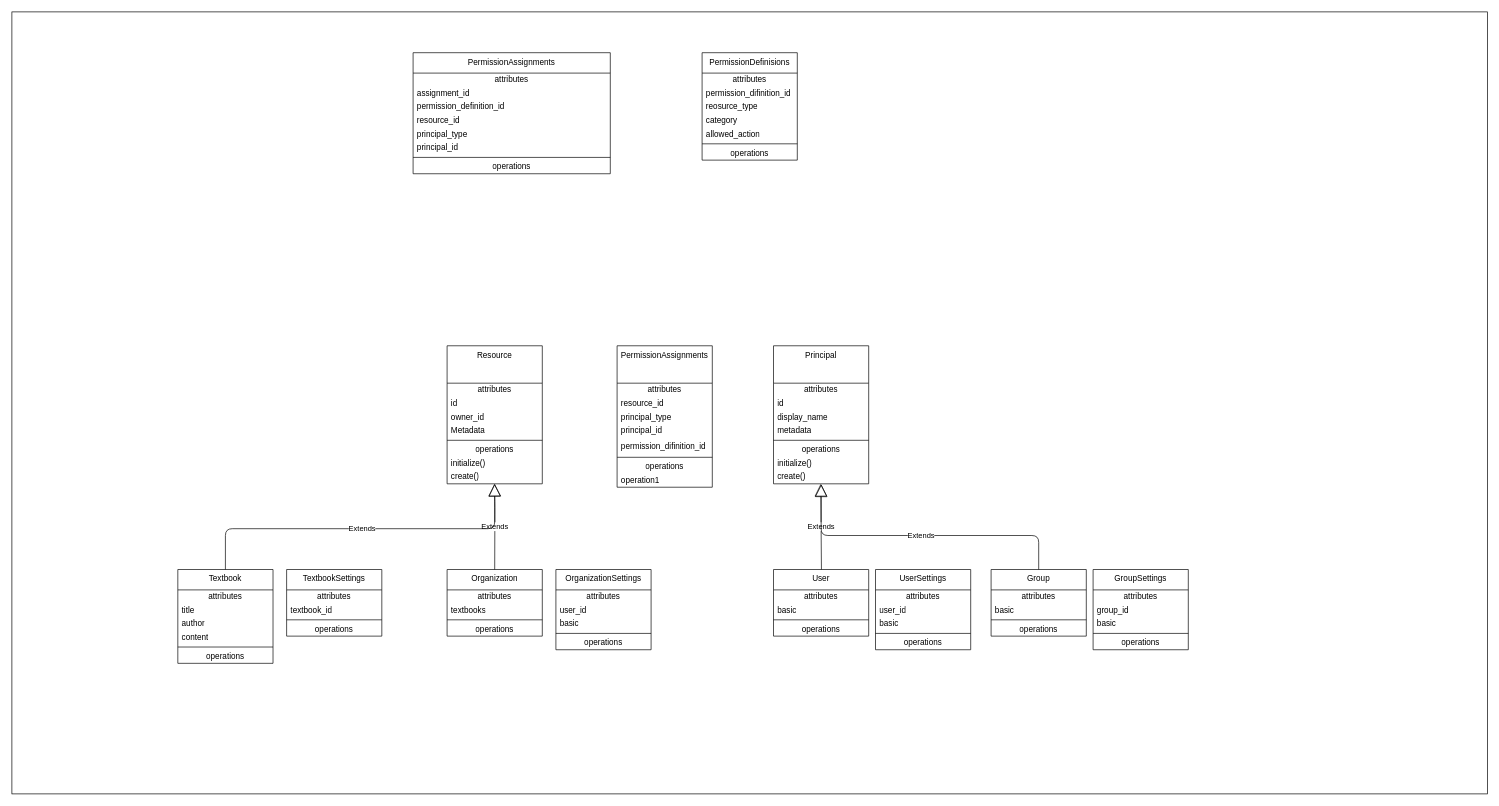
This is zakkuri.drawio from yuta15/StudyAppApi, a draw.io file, before an edit. Source tidied: cells renumbered, new cells numbered last; positions are measured from the earlier drawing's top-left corner, leaving out a move shared by most shapes. Both pictures are drawn from the tidied source at 68%, with x=0, y=0 at pixel (12, 12).
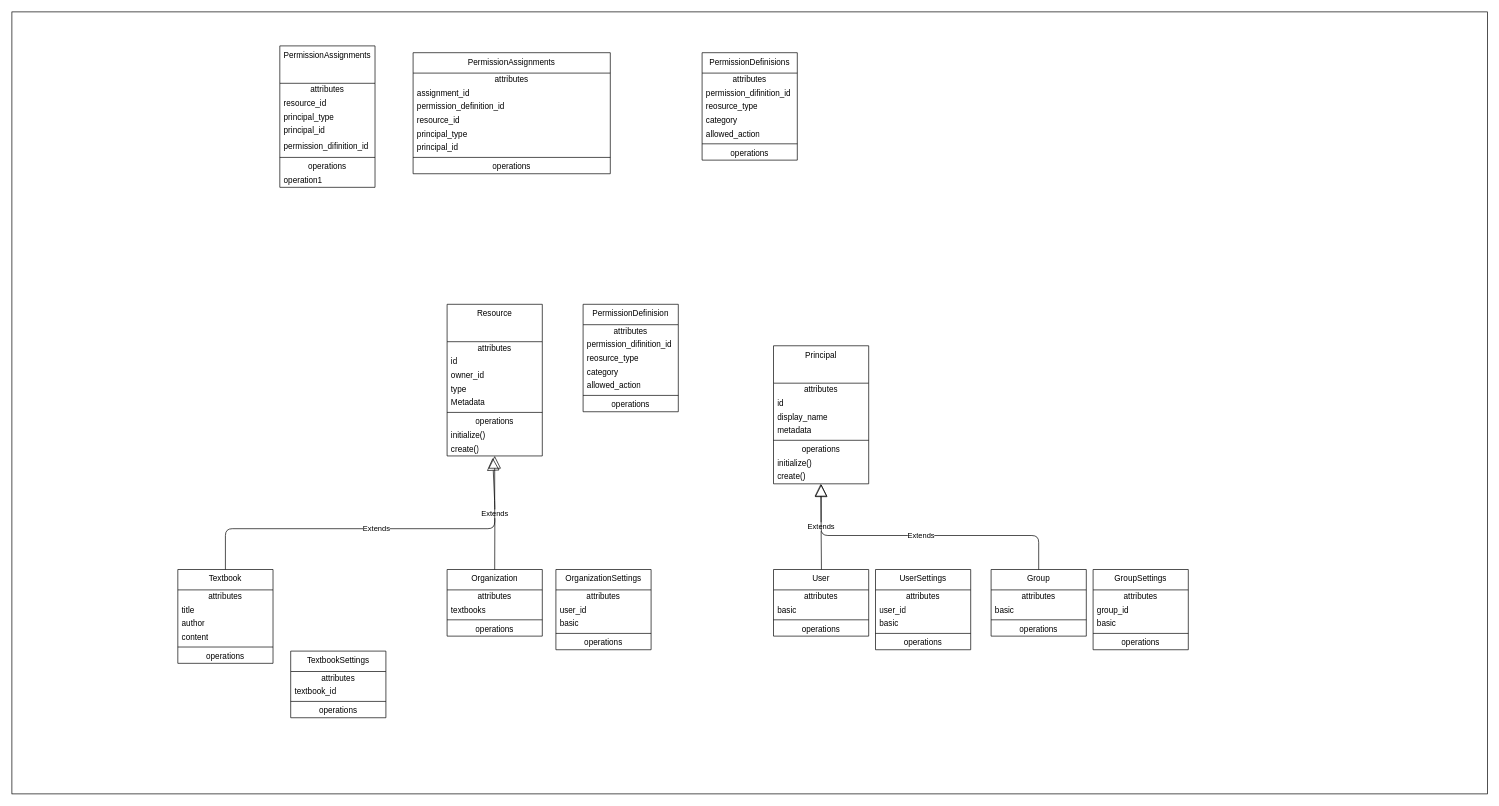
The same page after the edit.

The change refers to these unchanged cells:
```xml
<mxCell id="59" value="Organization" style="swimlane;fontStyle=0;align=center;verticalAlign=top;horizontal=1;startSize=30;html=1;whiteSpace=wrap;" parent="1" vertex="1">
  <mxGeometry x="640" y="820" width="140" height="98" as="geometry" />
</mxCell>
```

What changed in the source:
```diff
@@
     <mxCell id="3" value="Resource" style="swimlane;fontStyle=0;align=center;verticalAlign=top;horizontal=1;startSize=55;html=1;whiteSpace=wrap;" parent="1" vertex="1">
-      <mxGeometry x="640" y="491" width="140" height="203" as="geometry" />
+      <mxGeometry x="640" y="430" width="140" height="223" as="geometry" />
     </mxCell>
@@
+    <mxCell id="96" value="type" style="text;html=1;strokeColor=none;fillColor=none;align=left;verticalAlign=middle;spacingLeft=4;spacingRight=4;overflow=hidden;whiteSpace=wrap;" parent="3" vertex="1">
+      <mxGeometry y="115" width="140" height="20" as="geometry" />
+    </mxCell>
     <mxCell id="7" value="Metadata" style="text;html=1;strokeColor=none;fillColor=none;align=left;verticalAlign=middle;spacingLeft=4;spacingRight=4;overflow=hidden;whiteSpace=wrap;" parent="3" vertex="1">
-      <mxGeometry y="115" width="140" height="20" as="geometry" />
+      <mxGeometry y="135" width="140" height="20" as="geometry" />
     </mxCell>
     <mxCell id="8" style="line;strokeWidth=1;fillColor=none;align=left;verticalAlign=middle;spacingTop=-1;spacingLeft=3;spacingRight=3;labelPosition=right;" parent="3" vertex="1">
-      <mxGeometry y="135" width="140" height="8" as="geometry" />
+      <mxGeometry y="155" width="140" height="8" as="geometry" />
     </mxCell>
     <mxCell id="9" value="operations" style="text;html=1;strokeColor=none;fillColor=none;align=center;verticalAlign=middle;spacingLeft=4;spacingRight=4;overflow=hidden;whiteSpace=wrap;" parent="3" vertex="1">
-      <mxGeometry y="143" width="140" height="20" as="geometry" />
+      <mxGeometry y="163" width="140" height="20" as="geometry" />
     </mxCell>
     <mxCell id="10" value="initialize()" style="text;html=1;strokeColor=none;fillColor=none;align=left;verticalAlign=middle;spacingLeft=4;spacingRight=4;overflow=hidden;whiteSpace=wrap;" parent="3" vertex="1">
-      <mxGeometry y="163" width="140" height="20" as="geometry" />
+      <mxGeometry y="183" width="140" height="20" as="geometry" />
     </mxCell>
     <mxCell id="11" value="&lt;span style=&quot;color: rgb(0, 0, 0);&quot;&gt;create()&lt;/span&gt;" style="text;html=1;strokeColor=none;fillColor=none;align=left;verticalAlign=middle;spacingLeft=4;spacingRight=4;overflow=hidden;points=[[0,0.5],[1,0.5]];portConstraint=eastwest;whiteSpace=wrap;" parent="3" vertex="1">
-      <mxGeometry y="183" width="140" height="20" as="geometry" />
+      <mxGeometry y="203" width="140" height="20" as="geometry" />
     </mxCell>
@@
     <mxCell id="21" value="&lt;span style=&quot;color: rgb(0, 0, 0);&quot;&gt;PermissionAssignments&lt;/span&gt;" style="swimlane;fontStyle=0;align=center;verticalAlign=top;horizontal=1;startSize=55;html=1;whiteSpace=wrap;" parent="1" vertex="1">
-      <mxGeometry x="890" y="491" width="140" height="208" as="geometry" />
+      <mxGeometry x="394" y="50" width="140" height="208" as="geometry" />
     </mxCell>
@@
-    <mxCell id="64" value="Extends" style="endArrow=block;endSize=16;endFill=0;html=1;exitX=0.5;exitY=0;exitDx=0;exitDy=0;entryX=0.496;entryY=1.069;entryDx=0;entryDy=0;entryPerimeter=0;" parent="1" edge="1" source="59">
+    <mxCell id="64" value="Extends" style="endArrow=block;endSize=16;endFill=0;html=1;exitX=0.5;exitY=0;exitDx=0;exitDy=0;entryX=0.479;entryY=1.15;entryDx=0;entryDy=0;entryPerimeter=0;" parent="1" edge="1" source="59" target="11">
       <mxGeometry relative="1" as="geometry">
-        <mxPoint x="709.7" y="694" as="targetPoint" />
         <Array as="points">
           <mxPoint x="710.3" y="728.6" />
         </Array>
       </mxGeometry>
     </mxCell>
@@
     <mxCell id="89" value="TextbookSettings" style="swimlane;fontStyle=0;align=center;verticalAlign=top;horizontal=1;startSize=30;html=1;whiteSpace=wrap;" parent="1" vertex="1">
-      <mxGeometry x="404" y="820" width="140" height="98" as="geometry" />
+      <mxGeometry x="410" y="940" width="140" height="98" as="geometry" />
     </mxCell>
@@
+    <mxCell id="97" value="&lt;span style=&quot;color: rgb(0, 0, 0);&quot;&gt;PermissionDefinision&lt;/span&gt;" style="swimlane;fontStyle=0;align=center;verticalAlign=top;horizontal=1;startSize=30;html=1;whiteSpace=wrap;" parent="1" vertex="1">
+      <mxGeometry x="840" y="430" width="140" height="158" as="geometry" />
+    </mxCell>
+    <mxCell id="98" value="attributes" style="text;html=1;strokeColor=none;fillColor=none;align=center;verticalAlign=middle;spacingLeft=4;spacingRight=4;overflow=hidden;whiteSpace=wrap;" parent="97" vertex="1">
+      <mxGeometry y="30" width="140" height="20" as="geometry" />
+    </mxCell>
+    <mxCell id="99" value="permission_difinition_id" style="text;html=1;strokeColor=none;fillColor=none;align=left;verticalAlign=middle;spacingLeft=4;spacingRight=4;overflow=hidden;whiteSpace=wrap;" parent="97" vertex="1">
+      <mxGeometry y="50" width="140" height="20" as="geometry" />
+    </mxCell>
+    <mxCell id="100" value="reosurce_type" style="text;html=1;strokeColor=none;fillColor=none;align=left;verticalAlign=middle;spacingLeft=4;spacingRight=4;overflow=hidden;whiteSpace=wrap;" parent="97" vertex="1">
+      <mxGeometry y="70" width="140" height="20" as="geometry" />
+    </mxCell>
+    <mxCell id="101" value="category" style="text;html=1;strokeColor=none;fillColor=none;align=left;verticalAlign=middle;spacingLeft=4;spacingRight=4;overflow=hidden;whiteSpace=wrap;" parent="97" vertex="1">
+      <mxGeometry y="90" width="140" height="20" as="geometry" />
+    </mxCell>
+    <mxCell id="102" value="&lt;span style=&quot;color: rgb(0, 0, 0);&quot;&gt;allowed_action&lt;/span&gt;" style="text;html=1;strokeColor=none;fillColor=none;align=left;verticalAlign=middle;spacingLeft=4;spacingRight=4;overflow=hidden;whiteSpace=wrap;" parent="97" vertex="1">
+      <mxGeometry y="110" width="140" height="20" as="geometry" />
+    </mxCell>
+    <mxCell id="103" style="line;strokeWidth=1;fillColor=none;align=left;verticalAlign=middle;spacingTop=-1;spacingLeft=3;spacingRight=3;labelPosition=right;" parent="97" vertex="1">
+      <mxGeometry y="130" width="140" height="8" as="geometry" />
+    </mxCell>
+    <mxCell id="104" value="operations" style="text;html=1;strokeColor=none;fillColor=none;align=center;verticalAlign=middle;spacingLeft=4;spacingRight=4;overflow=hidden;whiteSpace=wrap;" parent="97" vertex="1">
+      <mxGeometry y="138" width="140" height="20" as="geometry" />
+    </mxCell>
```
